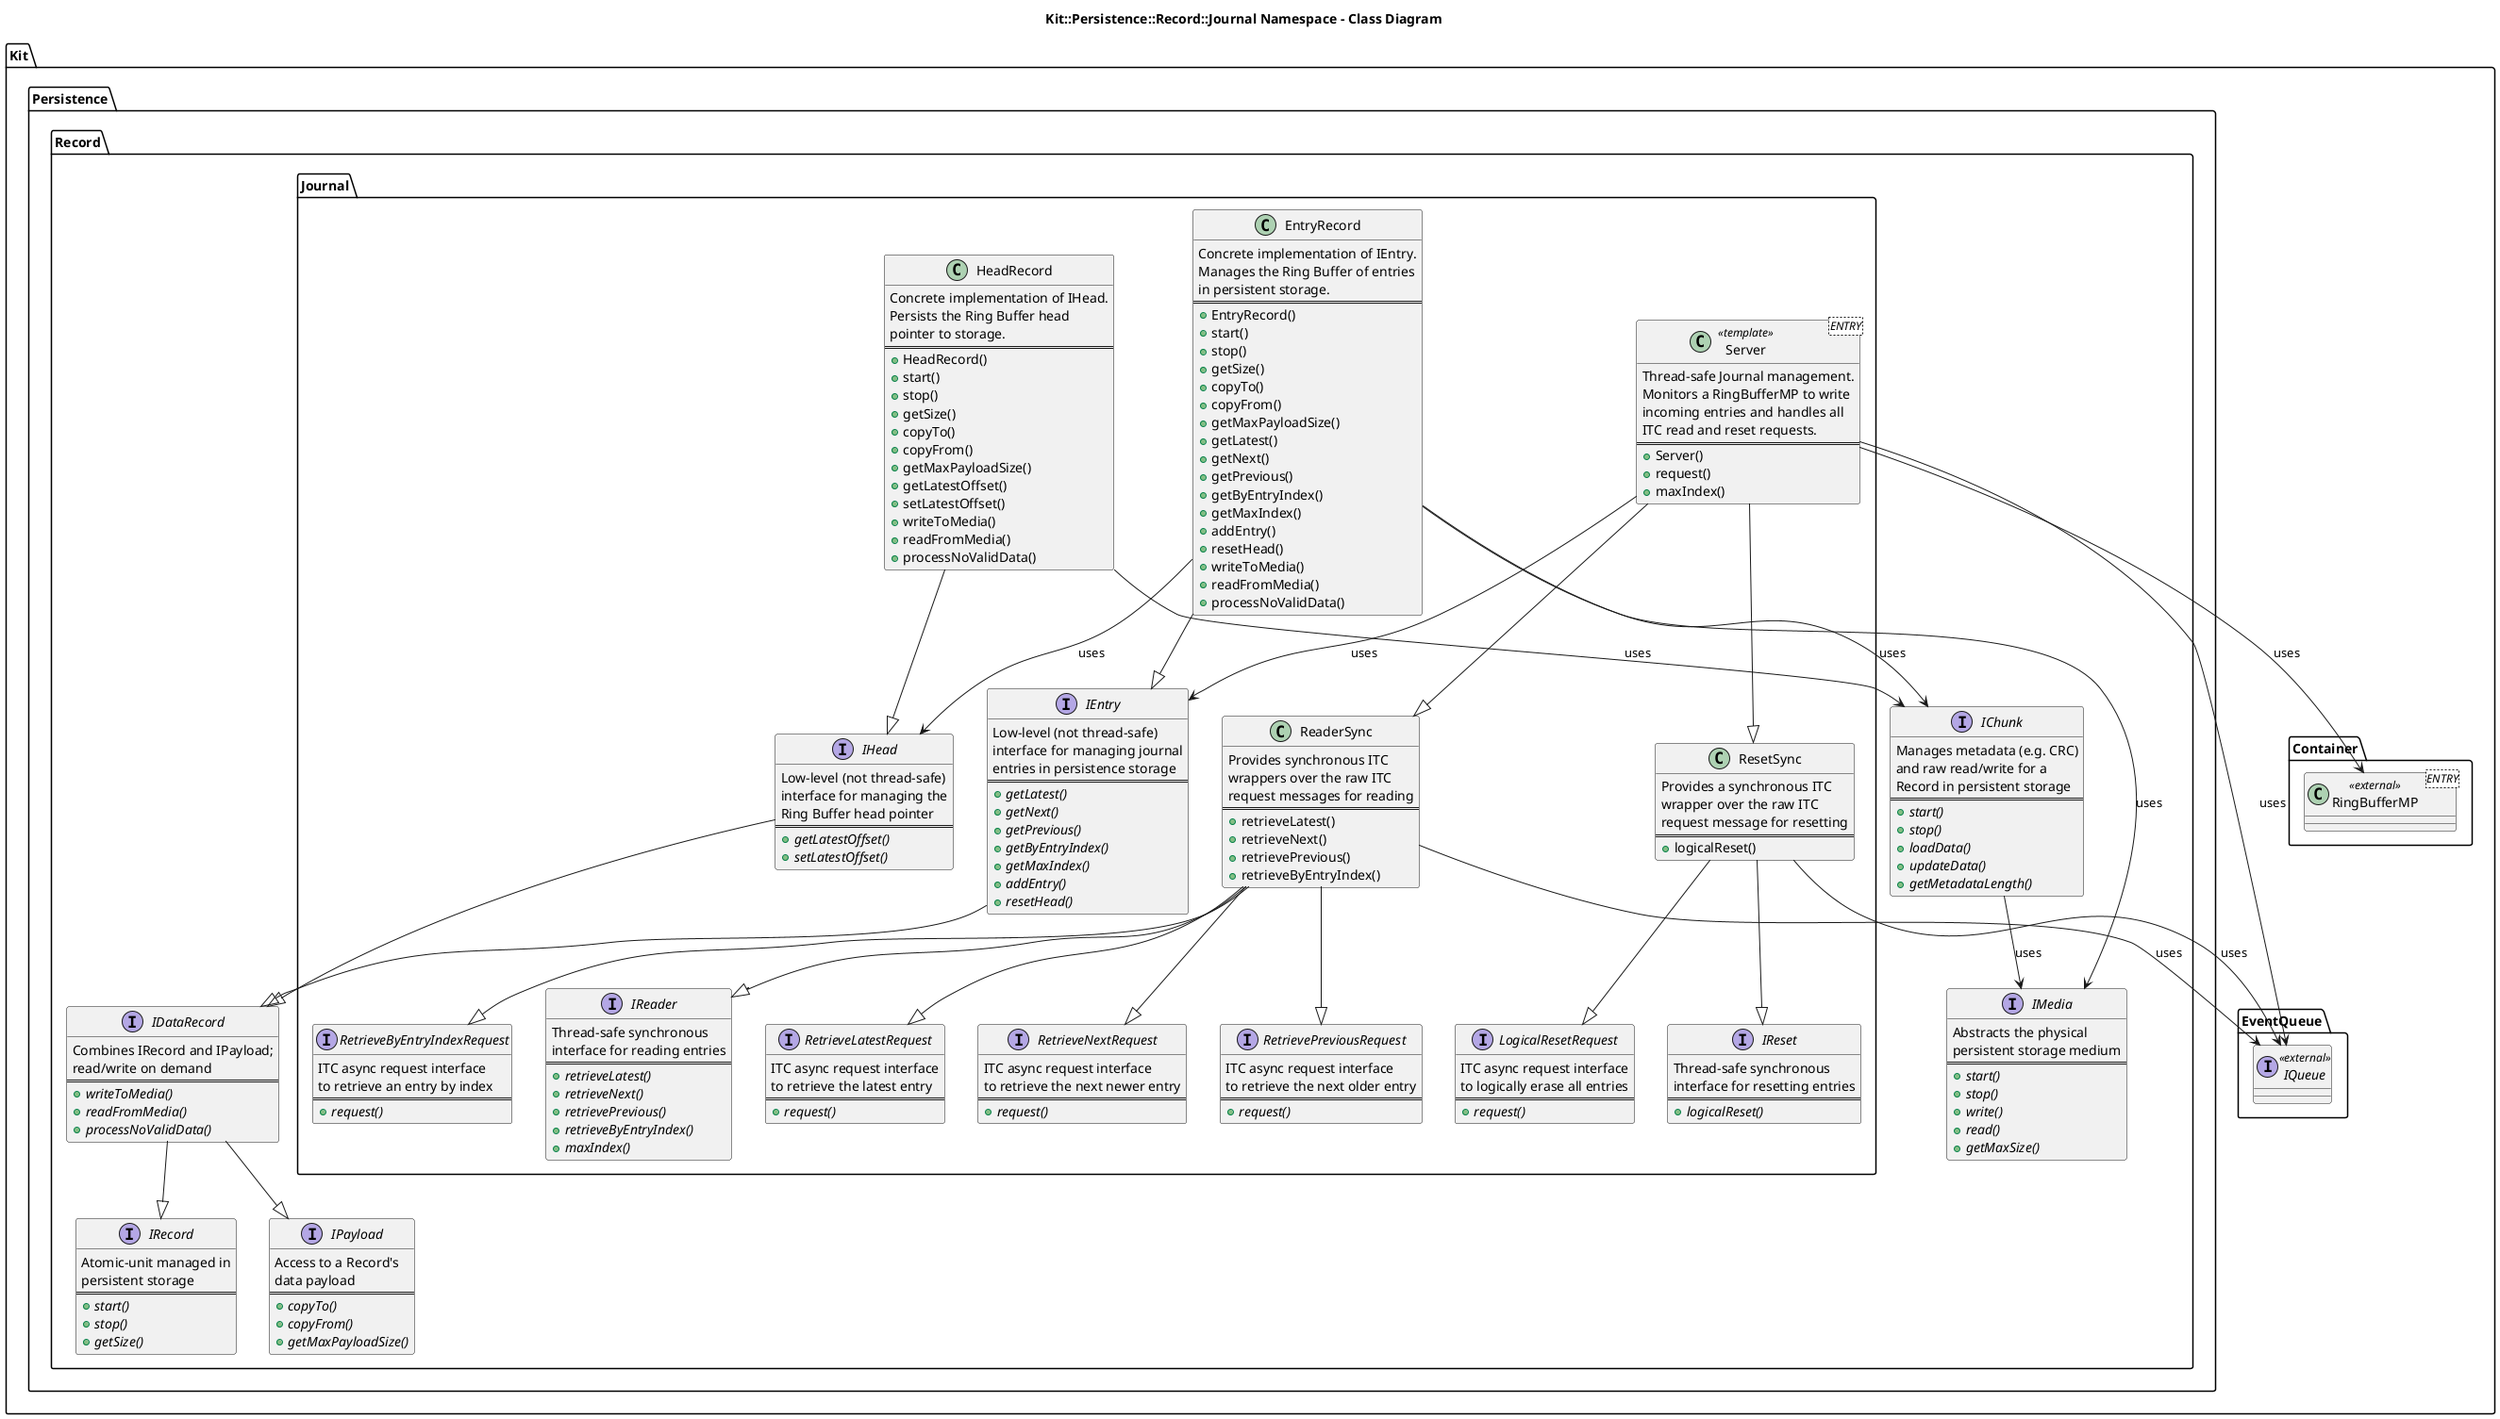
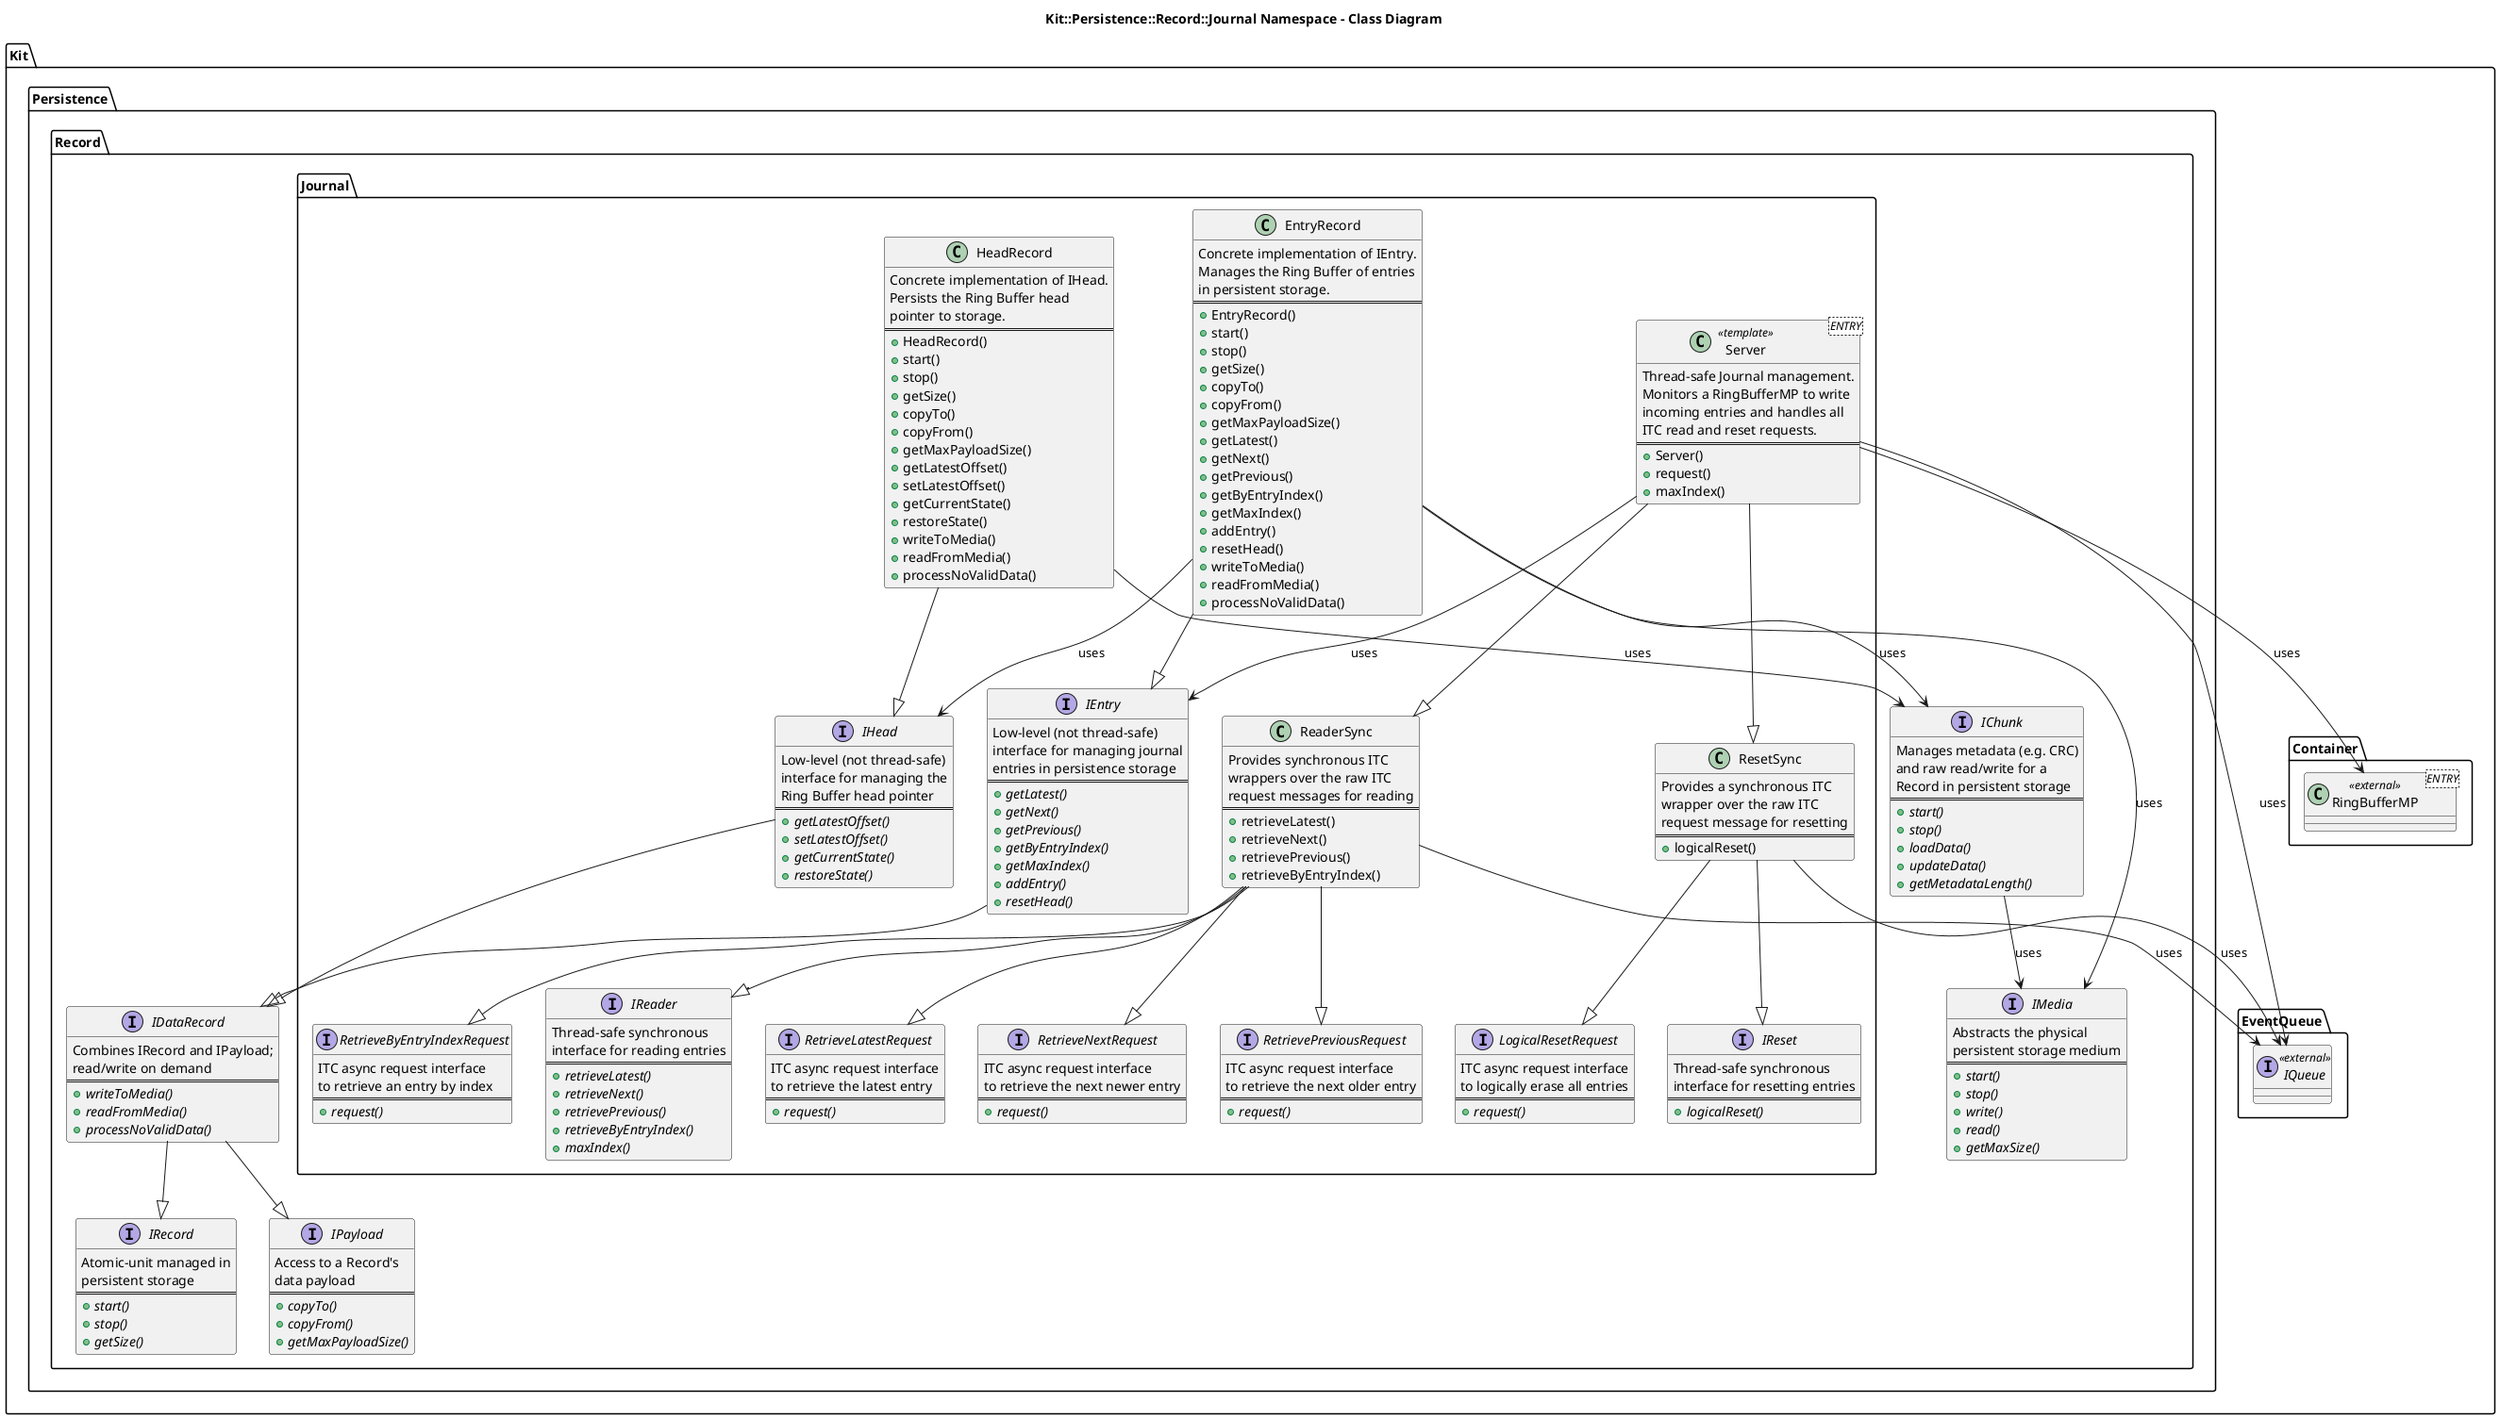
@startuml class-diagram_kitpersistencerecordjournal

title Kit::Persistence::Record::Journal Namespace - Class Diagram

namespace Kit.EventQueue {
    interface IQueue <<external>> {
    }
}

namespace Kit.Container {
    class "RingBufferMP<ENTRY>" as RingBufferMP <<external>> {
    }
}

namespace Kit.Persistence.Record {

    interface IRecord {
        Atomic-unit managed in
        persistent storage
        ==
        +{abstract} start()
        +{abstract} stop()
        +{abstract} getSize()
    }

    interface IPayload {
        Access to a Record's
        data payload
        ==
        +{abstract} copyTo()
        +{abstract} copyFrom()
        +{abstract} getMaxPayloadSize()
    }

    interface IDataRecord {
        Combines IRecord and IPayload;
        read/write on demand
        ==
        +{abstract} writeToMedia()
        +{abstract} readFromMedia()
        +{abstract} processNoValidData()
    }

    interface IChunk {
        Manages metadata (e.g. CRC)
        and raw read/write for a
        Record in persistent storage
        ==
        +{abstract} start()
        +{abstract} stop()
        +{abstract} loadData()
        +{abstract} updateData()
        +{abstract} getMetadataLength()
    }

    interface IMedia {
        Abstracts the physical
        persistent storage medium
        ==
        +{abstract} start()
        +{abstract} stop()
        +{abstract} write()
        +{abstract} read()
        +{abstract} getMaxSize()
    }

    IDataRecord --|> IRecord
    IDataRecord --|> IPayload
    IChunk --> IMedia : uses
}

namespace Kit.Persistence.Record.Journal {

    interface IEntry {
        Low-level (not thread-safe)
        interface for managing journal
        entries in persistence storage
        ==
        +{abstract} getLatest()
        +{abstract} getNext()
        +{abstract} getPrevious()
        +{abstract} getByEntryIndex()
        +{abstract} getMaxIndex()
        +{abstract} addEntry()
        +{abstract} resetHead()
    }

    interface IHead {
        Low-level (not thread-safe)
        interface for managing the
        Ring Buffer head pointer
        ==
        +{abstract} getLatestOffset()
        +{abstract} setLatestOffset()
+         +{abstract} getCurrentState()
+         +{abstract} restoreState()
    }

    interface IReader {
        Thread-safe synchronous
        interface for reading entries
        ==
        +{abstract} retrieveLatest()
        +{abstract} retrieveNext()
        +{abstract} retrievePrevious()
        +{abstract} retrieveByEntryIndex()
        +{abstract} maxIndex()
    }

    interface IReset {
        Thread-safe synchronous
        interface for resetting entries
        ==
        +{abstract} logicalReset()
    }

    interface RetrieveLatestRequest {
        ITC async request interface
        to retrieve the latest entry
        ==
        +{abstract} request()
    }

    interface RetrieveNextRequest {
        ITC async request interface
        to retrieve the next newer entry
        ==
        +{abstract} request()
    }

    interface RetrievePreviousRequest {
        ITC async request interface
        to retrieve the next older entry
        ==
        +{abstract} request()
    }

    interface RetrieveByEntryIndexRequest {
        ITC async request interface
        to retrieve an entry by index
        ==
        +{abstract} request()
    }

    interface LogicalResetRequest {
        ITC async request interface
        to logically erase all entries
        ==
        +{abstract} request()
    }

    class EntryRecord {
        Concrete implementation of IEntry.
        Manages the Ring Buffer of entries
        in persistent storage.
        ==
        +EntryRecord()
        +start()
        +stop()
        +getSize()
        +copyTo()
        +copyFrom()
        +getMaxPayloadSize()
        +getLatest()
        +getNext()
        +getPrevious()
        +getByEntryIndex()
        +getMaxIndex()
        +addEntry()
        +resetHead()
        +writeToMedia()
        +readFromMedia()
        +processNoValidData()
    }

    class HeadRecord {
        Concrete implementation of IHead.
        Persists the Ring Buffer head
        pointer to storage.
        ==
        +HeadRecord()
        +start()
        +stop()
        +getSize()
        +copyTo()
        +copyFrom()
        +getMaxPayloadSize()
        +getLatestOffset()
        +setLatestOffset()
+         +getCurrentState()
+         +restoreState()
        +writeToMedia()
        +readFromMedia()
        +processNoValidData()
    }

    class ReaderSync {
        Provides synchronous ITC
        wrappers over the raw ITC
        request messages for reading
        ==
        +retrieveLatest()
        +retrieveNext()
        +retrievePrevious()
        +retrieveByEntryIndex()
    }

    class ResetSync {
        Provides a synchronous ITC
        wrapper over the raw ITC
        request message for resetting
        ==
        +logicalReset()
    }

    class "Server<ENTRY>" as Server <<template>> {
        Thread-safe Journal management.
        Monitors a RingBufferMP to write
        incoming entries and handles all
        ITC read and reset requests.
        ==
        +Server()
        +request()
        +maxIndex()
    }

    EntryRecord --|> IEntry
    HeadRecord --|> IHead

    IEntry --|> Kit.Persistence.Record.IDataRecord
    IHead --|> Kit.Persistence.Record.IDataRecord

    ReaderSync --|> IReader
    ReaderSync --|> RetrieveLatestRequest
    ReaderSync --|> RetrieveNextRequest
    ReaderSync --|> RetrievePreviousRequest
    ReaderSync --|> RetrieveByEntryIndexRequest

    ResetSync --|> IReset
    ResetSync --|> LogicalResetRequest

    Server --|> ReaderSync
    Server --|> ResetSync

    ' Constructor argument associations
    EntryRecord --> Kit.Persistence.Record.IChunk : uses
    EntryRecord --> Kit.Persistence.Record.IMedia : uses
    EntryRecord --> IHead : uses
    HeadRecord --> Kit.Persistence.Record.IChunk : uses
    Server --> IEntry : uses
    Server --> Kit.EventQueue.IQueue : uses
    Server --> Kit.Container.RingBufferMP : uses
    ReaderSync --> Kit.EventQueue.IQueue : uses
    ResetSync --> Kit.EventQueue.IQueue : uses
}

@enduml
